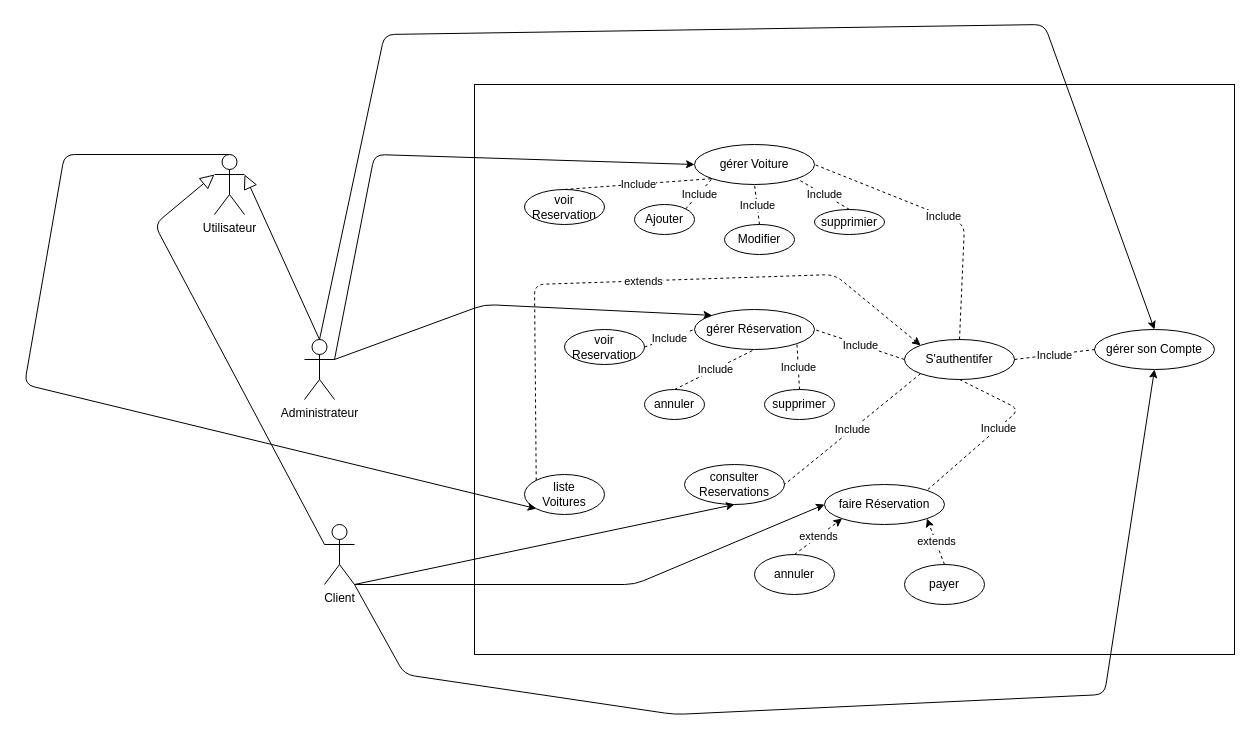
Marcel-Fassou-28/rentcar_project keeps this draw.io diagram as conception/use-case.drawio. Above is the earlier version. Source tidied: cells renumbered, new cells numbered last; positions are measured from the earlier drawing's top-left corner, leaving out a move shared by most shapes. Both pictures are drawn from the tidied source at 100%, with x=0, y=0 at pixel (24, 24).
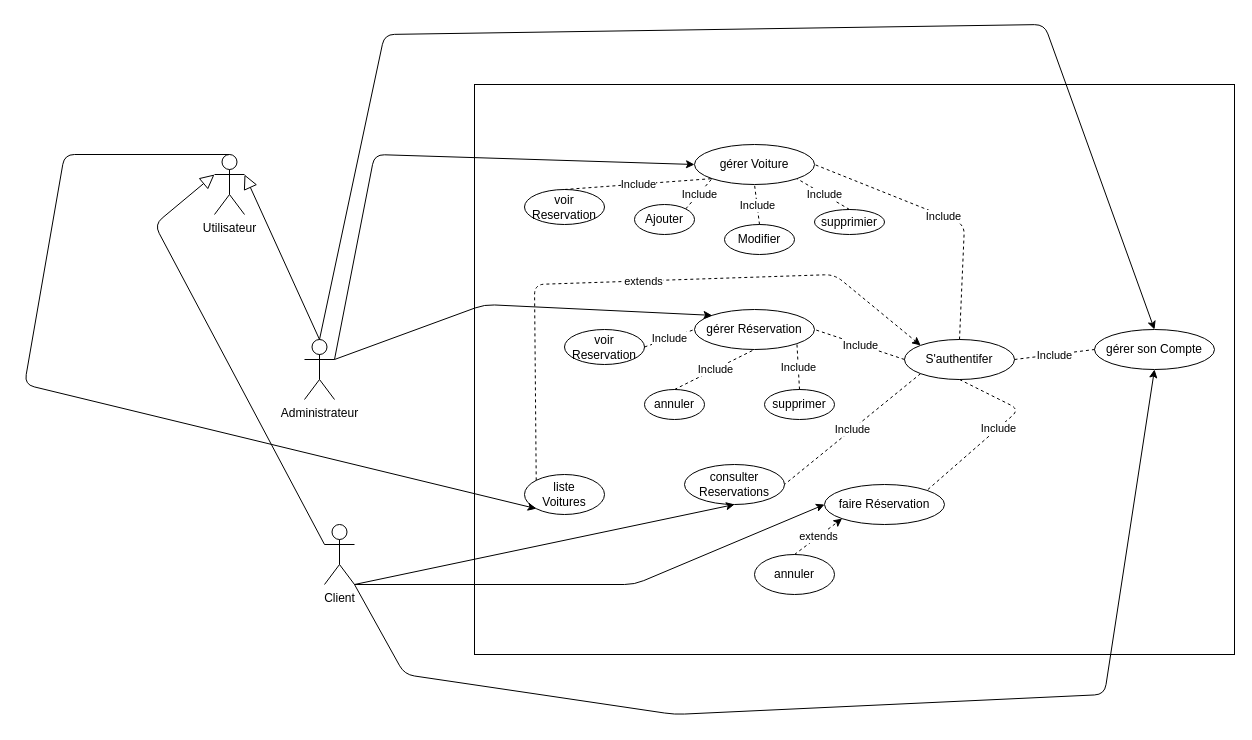
Above is the later version.

The change refers to these unchanged cells:
```xml
<mxCell id="16" value="faire Réservation" style="ellipse;whiteSpace=wrap;html=1;" parent="1" vertex="1">
  <mxGeometry x="800" y="460" width="120" height="40" as="geometry" />
</mxCell>
```

Change to the diagram source:
```diff
@@
-    <mxCell id="17" value="payer" style="ellipse;whiteSpace=wrap;html=1;" parent="1" vertex="1">
-      <mxGeometry x="880" y="540" width="80" height="40" as="geometry" />
-    </mxCell>
@@
-    <mxCell id="40" style="endArrow=classic;html=1;entryX=1;entryY=1;entryDx=0;entryDy=0;exitX=0.5;exitY=0;exitDx=0;exitDy=0;endFill=1;dashed=1;" parent="1" edge="1" source="17" target="16">
-      <mxGeometry relative="1" as="geometry" />
-    </mxCell>
-    <mxCell id="41" value="extends" style="edgeLabel;html=1;align=center;verticalAlign=middle;" parent="40" vertex="1">
-      <mxGeometry relative="1" as="geometry" />
-    </mxCell>
```
